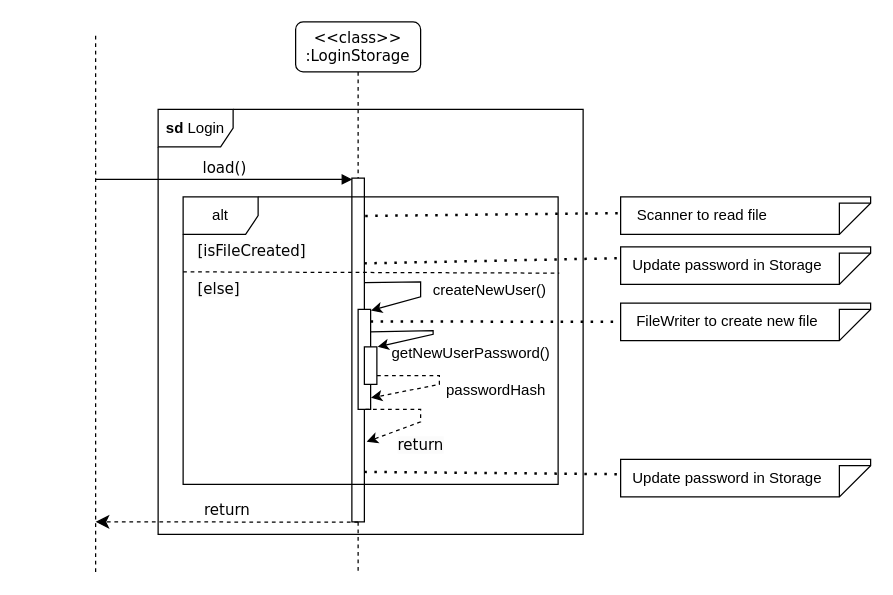
This is page "login-sd" (3 of 3) of docs/Diagrams/Storage/storage.drawio from wongwh2002/CS2113TeamProject, a draw.io file, before an edit. Source tidied: cells renumbered, new cells numbered last; positions are measured from the earlier drawing's top-left corner, leaving out a move shared by most shapes. Both pictures are drawn from the tidied source at 125%, with x=0, y=0 at pixel (95, 21).
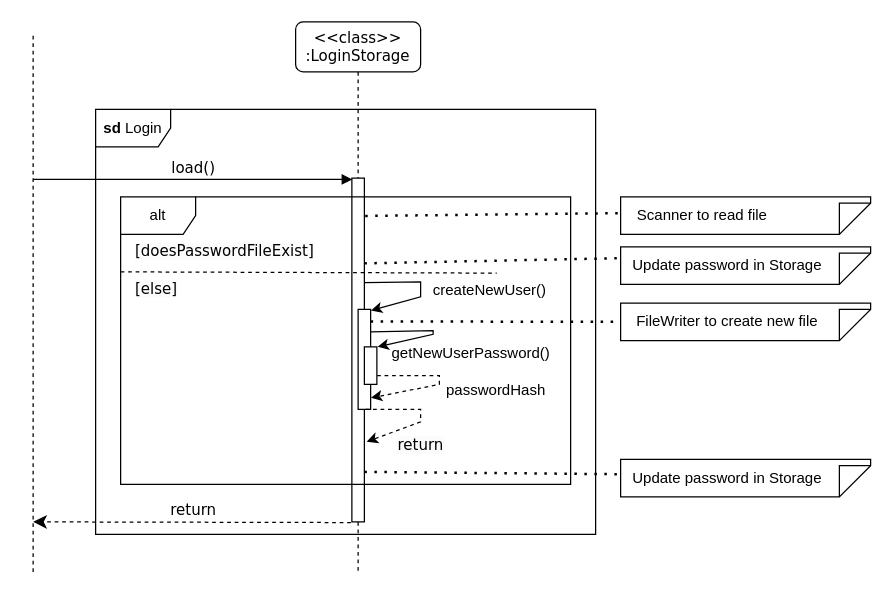
The same diagram, later.

The change refers to these unchanged cells:
```xml
<mxCell id="3" style="html=1;points=[];perimeter=orthogonalPerimeter;rounded=0;shadow=0;comic=0;labelBackgroundColor=none;strokeWidth=1;fontFamily=Verdana;fontSize=12;align=center;" parent="2" vertex="1">
  <mxGeometry x="45" y="125" width="10" height="275" as="geometry" />
</mxCell>
```

Diff of the diagram source:
```diff
@@
     <mxCell id="4" value="load()" style="html=1;verticalAlign=bottom;endArrow=block;labelBackgroundColor=none;fontFamily=Verdana;fontSize=12;edgeStyle=elbowEdgeStyle;elbow=vertical;entryX=0.039;entryY=0.002;entryDx=0;entryDy=0;entryPerimeter=0;" parent="1" edge="1" target="3">
       <mxGeometry relative="1" as="geometry">
-        <mxPoint y="126" as="sourcePoint" />
+        <mxPoint x="-50" y="126" as="sourcePoint" />
       </mxGeometry>
     </mxCell>
     <mxCell id="5" value="&lt;b&gt;sd&lt;/b&gt; Login" style="shape=umlFrame;whiteSpace=wrap;html=1;" parent="1" vertex="1">
-      <mxGeometry x="50" y="70" width="340" height="340" as="geometry" />
+      <mxGeometry y="70" width="400" height="340" as="geometry" />
     </mxCell>
-    <mxCell id="6" value="return" style="html=1;verticalAlign=bottom;endArrow=classic;dashed=1;endSize=8;labelBackgroundColor=none;fontFamily=Verdana;fontSize=12;edgeStyle=elbowEdgeStyle;elbow=vertical;endFill=1;" parent="1" edge="1">
+    <mxCell id="6" value="return" style="html=1;verticalAlign=bottom;endArrow=classic;dashed=1;endSize=8;labelBackgroundColor=none;fontFamily=Verdana;fontSize=12;edgeStyle=elbowEdgeStyle;elbow=vertical;endFill=1;exitX=-0.078;exitY=1.002;exitDx=0;exitDy=0;exitPerimeter=0;" parent="1" edge="1" source="3">
       <mxGeometry relative="1" as="geometry">
-        <mxPoint x="210" y="400.2" as="sourcePoint" />
-        <mxPoint y="400" as="targetPoint" />
+        <mxPoint x="-50" y="400" as="targetPoint" />
       </mxGeometry>
     </mxCell>
     <mxCell id="7" value="alt" style="shape=umlFrame;whiteSpace=wrap;html=1;" parent="1" vertex="1">
-      <mxGeometry x="70" y="140" width="300" height="230" as="geometry" />
+      <mxGeometry x="20" y="140" width="360" height="230" as="geometry" />
     </mxCell>
-    <mxCell id="8" value="&lt;span style=&quot;color: rgb(0, 0, 0); font-family: Verdana; font-size: 12px; font-style: normal; font-variant-ligatures: normal; font-variant-caps: normal; font-weight: 400; letter-spacing: normal; orphans: 2; text-align: center; text-indent: 0px; text-transform: none; widows: 2; word-spacing: 0px; -webkit-text-stroke-width: 0px; background-color: rgb(251, 251, 251); text-decoration-thickness: initial; text-decoration-style: initial; text-decoration-color: initial; float: none; display: inline !important;&quot;&gt;[isFileCreated]&lt;/span&gt;" style="text;whiteSpace=wrap;html=1;" parent="1" vertex="1">
-      <mxGeometry x="80" y="170" width="70" height="40" as="geometry" />
+    <mxCell id="8" value="&lt;span style=&quot;color: rgb(0, 0, 0); font-family: Verdana; font-size: 12px; font-style: normal; font-variant-ligatures: normal; font-variant-caps: normal; font-weight: 400; letter-spacing: normal; orphans: 2; text-align: center; text-indent: 0px; text-transform: none; widows: 2; word-spacing: 0px; -webkit-text-stroke-width: 0px; background-color: rgb(251, 251, 251); text-decoration-thickness: initial; text-decoration-style: initial; text-decoration-color: initial; float: none; display: inline !important;&quot;&gt;[doesPasswordFileExist]&lt;/span&gt;" style="text;whiteSpace=wrap;html=1;" parent="1" vertex="1">
+      <mxGeometry x="30" y="170" width="70" height="40" as="geometry" />
     </mxCell>
     <mxCell id="9" style="endArrow=none;dashed=1;html=1;rounded=0;" parent="1" edge="1">
       <mxGeometry relative="1" as="geometry">
-        <mxPoint y="440" as="sourcePoint" />
-        <mxPoint y="10" as="targetPoint" />
+        <mxPoint x="-50" y="440" as="sourcePoint" />
+        <mxPoint x="-50" y="10" as="targetPoint" />
       </mxGeometry>
     </mxCell>
     <mxCell id="10" style="endArrow=none;dashed=1;html=1;rounded=0;entryX=1.001;entryY=0.499;entryDx=0;entryDy=0;entryPerimeter=0;exitX=-0.002;exitY=0.495;exitDx=0;exitDy=0;exitPerimeter=0;" parent="1" edge="1">
       <mxGeometry relative="1" as="geometry">
-        <mxPoint x="70" y="200" as="sourcePoint" />
-        <mxPoint x="370.9" y="201" as="targetPoint" />
+        <mxPoint x="20" y="200" as="sourcePoint" />
+        <mxPoint x="320.9" y="201" as="targetPoint" />
       </mxGeometry>
     </mxCell>
     <mxCell id="11" value="&lt;span style=&quot;color: rgb(0, 0, 0); font-family: Verdana; font-size: 12px; font-style: normal; font-variant-ligatures: normal; font-variant-caps: normal; font-weight: 400; letter-spacing: normal; orphans: 2; text-align: center; text-indent: 0px; text-transform: none; widows: 2; word-spacing: 0px; -webkit-text-stroke-width: 0px; background-color: rgb(251, 251, 251); text-decoration-thickness: initial; text-decoration-style: initial; text-decoration-color: initial; float: none; display: inline !important;&quot;&gt;[else]&lt;/span&gt;" style="text;whiteSpace=wrap;html=1;" parent="1" vertex="1">
-      <mxGeometry x="80" y="200" width="70" height="40" as="geometry" />
+      <mxGeometry x="30" y="200" width="70" height="40" as="geometry" />
     </mxCell>
```
